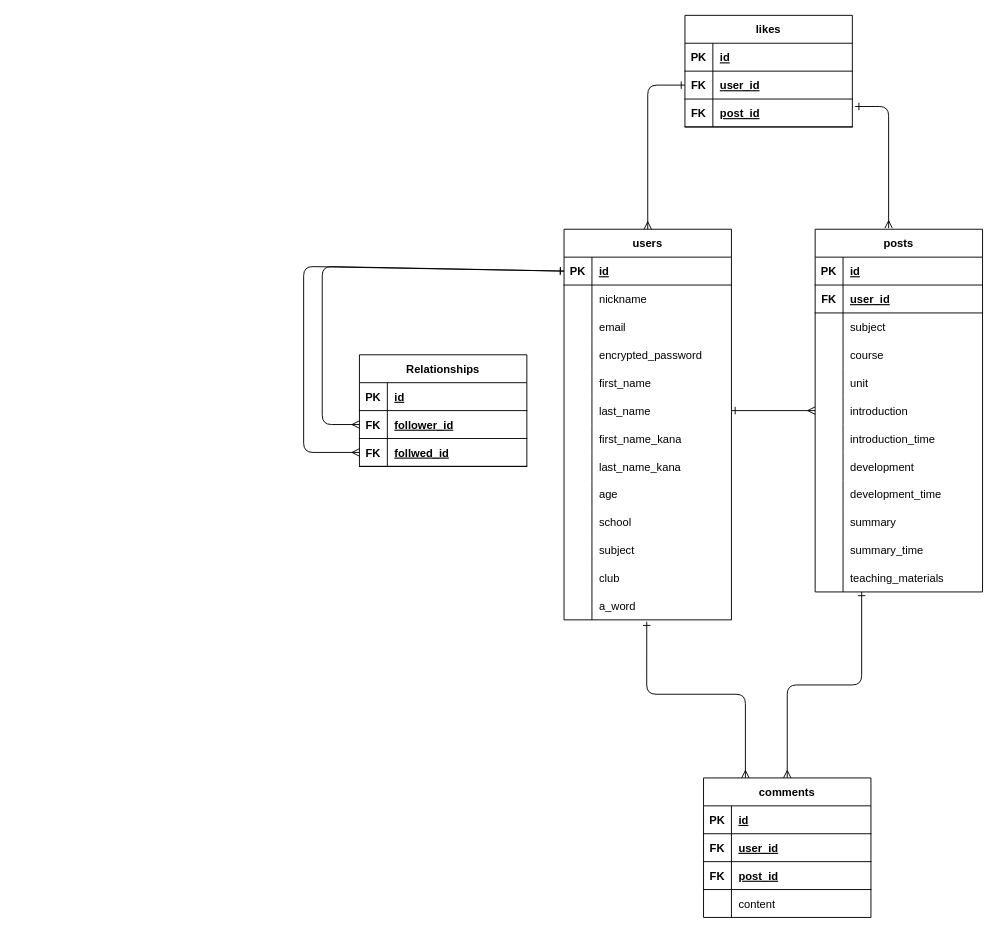
The draw.io diagram kyoyu.dio in honda-gentuki/kyoyu, before the edit. Source tidied: cells renumbered, new cells numbered last; positions are measured from the earlier drawing's top-left corner, leaving out a move shared by most shapes. Both pictures are drawn from the tidied source at 93%, with x=0, y=0 at pixel (303, 15).
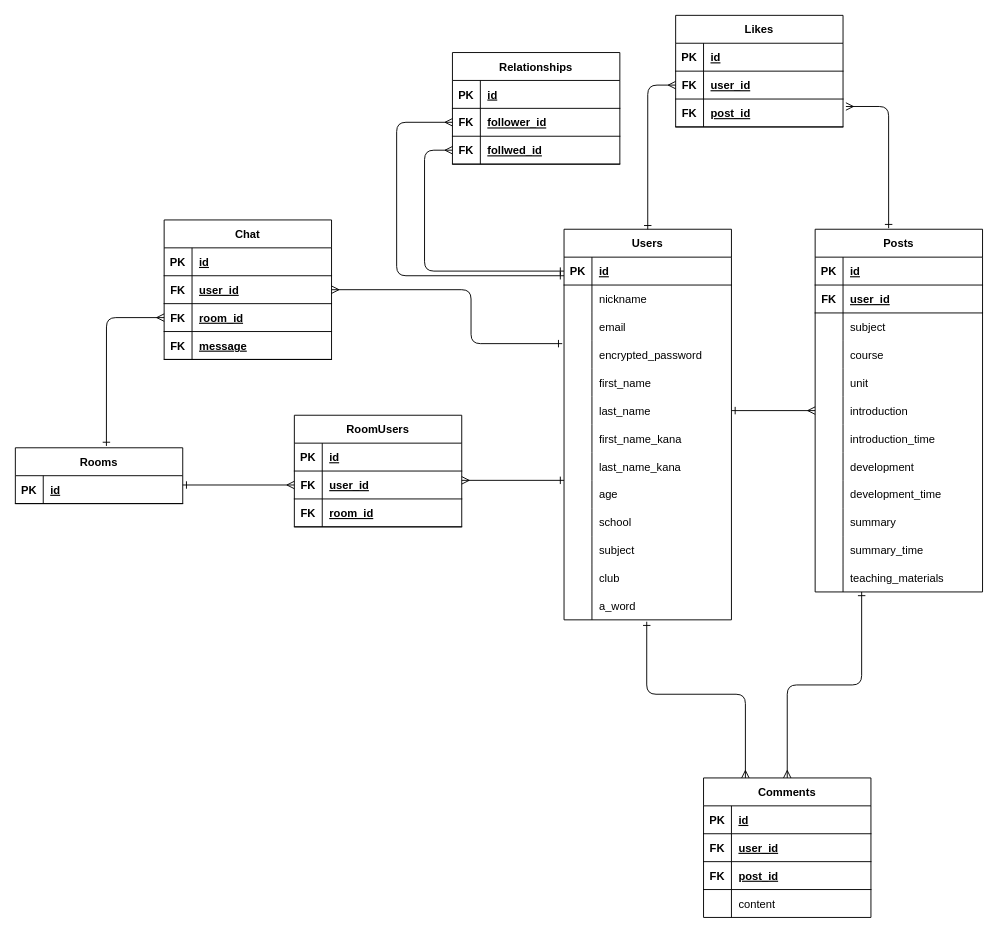
The same page after the edit.

Unchanged cells that the change refers to:
```xml
<mxCell id="3" style="shape=partialRectangle;fillColor=none;top=0;left=0;bottom=1;right=0;points=[[0,0.5],[1,0.5]];portConstraint=eastwest;" parent="2" vertex="1">
  <mxGeometry y="30" width="180" height="30" as="geometry" />
</mxCell>
<mxCell id="12" style="shape=partialRectangle;fillColor=none;top=0;left=0;bottom=0;right=0;points=[[0,0.5],[1,0.5]];portConstraint=eastwest;" parent="2" vertex="1">
  <mxGeometry y="120" width="180" height="30" as="geometry" />
</mxCell>
<mxCell id="27" style="shape=partialRectangle;fillColor=none;top=0;left=0;bottom=0;right=0;points=[[0,0.5],[1,0.5]];portConstraint=eastwest;" parent="2" vertex="1">
  <mxGeometry y="270" width="180" height="30" as="geometry" />
</mxCell>
<mxCell id="99" style="shape=partialRectangle;fillColor=none;top=0;left=0;bottom=1;right=0;points=[[0,0.5],[1,0.5]];portConstraint=eastwest;" parent="95" vertex="1">
  <mxGeometry y="60" width="180" height="30" as="geometry" />
</mxCell>
<mxCell id="102" style="shape=partialRectangle;fillColor=none;top=0;left=0;bottom=1;right=0;points=[[0,0.5],[1,0.5]];portConstraint=eastwest;" parent="95" vertex="1">
  <mxGeometry y="90" width="180" height="30" as="geometry" />
</mxCell>
<mxCell id="111" style="shape=partialRectangle;fillColor=none;top=0;left=0;bottom=1;right=0;points=[[0,0.5],[1,0.5]];portConstraint=eastwest;" parent="107" vertex="1">
  <mxGeometry y="60" width="180" height="30" as="geometry" />
</mxCell>
<mxCell id="114" style="shape=partialRectangle;fillColor=none;top=0;left=0;bottom=1;right=0;points=[[0,0.5],[1,0.5]];portConstraint=eastwest;" parent="107" vertex="1">
  <mxGeometry y="90" width="180" height="30" as="geometry" />
</mxCell>
```

Diff of the diagram source:
```diff
@@
-    <mxCell id="2" value="users" style="shape=table;startSize=30;childLayout=tableLayout;rowLines=0;fontStyle=1;align=center;" parent="1" vertex="1">
+    <mxCell id="2" value="Users" style="shape=table;startSize=30;childLayout=tableLayout;rowLines=0;fontStyle=1;align=center;" parent="1" vertex="1">
       <mxGeometry x="280" y="230" width="180" height="420" as="geometry" />
     </mxCell>
@@
-    <mxCell id="42" value="posts" style="shape=table;startSize=30;childLayout=tableLayout;rowLines=0;fontStyle=1;align=center;" parent="1" vertex="1">
+    <mxCell id="42" value="Posts" style="shape=table;startSize=30;childLayout=tableLayout;rowLines=0;fontStyle=1;align=center;" parent="1" vertex="1">
       <mxGeometry x="550" y="230" width="180" height="390" as="geometry" />
     </mxCell>
@@
-    <mxCell id="79" value="comments" style="shape=table;startSize=30;childLayout=tableLayout;rowLines=0;fontStyle=1;align=center;" parent="1" vertex="1">
+    <mxCell id="79" value="Comments" style="shape=table;startSize=30;childLayout=tableLayout;rowLines=0;fontStyle=1;align=center;" parent="1" vertex="1">
       <mxGeometry x="430" y="820" width="180" height="150" as="geometry" />
     </mxCell>
@@
-    <mxCell id="95" value="likes" style="shape=table;startSize=30;childLayout=tableLayout;rowLines=0;fontStyle=1;align=center;" parent="1" vertex="1">
-      <mxGeometry x="410" width="180" height="120" as="geometry" />
+    <mxCell id="95" value="Likes" style="shape=table;startSize=30;childLayout=tableLayout;rowLines=0;fontStyle=1;align=center;" parent="1" vertex="1">
+      <mxGeometry x="400" width="180" height="120" as="geometry" />
     </mxCell>
@@
-    <mxCell id="105" style="fontSize=12;html=1;endArrow=ERmany;startArrow=ERone;startFill=0;entryX=0.439;entryY=-0.003;entryDx=0;entryDy=0;entryPerimeter=0;exitX=1.017;exitY=0.267;exitDx=0;exitDy=0;exitPerimeter=0;" parent="1" edge="1" source="102" target="42">
+    <mxCell id="105" style="fontSize=12;html=1;endArrow=ERone;startArrow=ERmany;startFill=0;entryX=0.439;entryY=-0.003;entryDx=0;entryDy=0;entryPerimeter=0;exitX=1.017;exitY=0.267;exitDx=0;exitDy=0;exitPerimeter=0;endFill=0;" parent="1" edge="1" source="102" target="42">
       <mxGeometry relative="1" as="geometry">
         <Array as="points">
           <mxPoint x="629" y="98" />
         </Array>
       </mxGeometry>
     </mxCell>
-    <mxCell id="106" style="fontSize=12;html=1;endArrow=ERmany;startArrow=ERone;startFill=0;entryX=0.5;entryY=0;entryDx=0;entryDy=0;exitX=0;exitY=0.5;exitDx=0;exitDy=0;" parent="1" edge="1" source="99" target="2">
+    <mxCell id="106" style="fontSize=12;html=1;endArrow=ERone;startArrow=ERmany;startFill=0;entryX=0.5;entryY=0;entryDx=0;entryDy=0;exitX=0;exitY=0.5;exitDx=0;exitDy=0;endFill=0;" parent="1" edge="1" source="99" target="2">
       <mxGeometry relative="1" as="geometry">
         <Array as="points">
           <mxPoint x="370" y="75" />
         </Array>
       </mxGeometry>
     </mxCell>
     <mxCell id="107" value="Relationships" style="shape=table;startSize=30;childLayout=tableLayout;rowLines=0;fontStyle=1;align=center;" parent="1" vertex="1">
-      <mxGeometry x="60" y="365" width="180" height="120" as="geometry" />
+      <mxGeometry x="160" y="40" width="180" height="120" as="geometry" />
     </mxCell>
@@
-    <mxCell id="117" style="fontSize=12;html=1;endArrow=ERmany;startArrow=ERone;startFill=0;exitX=0;exitY=0.5;exitDx=0;exitDy=0;entryX=0;entryY=0.5;entryDx=0;entryDy=0;" parent="1" edge="1" source="3" target="111">
-      <mxGeometry relative="1" as="geometry">
-        <Array as="points">
-          <mxPoint x="20" y="270" />
-          <mxPoint x="20" y="440" />
-        </Array>
-      </mxGeometry>
-    </mxCell>
+    <mxCell id="119" value="Rooms" style="shape=table;startSize=30;childLayout=tableLayout;rowLines=0;fontStyle=1;align=center;" parent="1" vertex="1">
+      <mxGeometry x="-310" y="465" width="180" height="60" as="geometry" />
+    </mxCell>
+    <mxCell id="120" style="shape=partialRectangle;fillColor=none;top=0;left=0;bottom=1;right=0;" parent="119" vertex="1">
+      <mxGeometry y="30" width="180" height="30" as="geometry" />
+    </mxCell>
+    <mxCell id="121" value="PK" style="shape=partialRectangle;fillColor=none;top=0;left=0;bottom=0;right=0;fontStyle=1;overflow=hidden;" parent="120" vertex="1">
+      <mxGeometry width="30" height="30" as="geometry" />
+    </mxCell>
+    <mxCell id="122" value="id" style="shape=partialRectangle;fillColor=none;top=0;left=0;bottom=0;right=0;align=left;spacingLeft=6;fontStyle=5;overflow=hidden;" parent="120" vertex="1">
+      <mxGeometry x="30" width="150" height="30" as="geometry" />
+    </mxCell>
+    <mxCell id="123" value="RoomUsers" style="shape=table;startSize=30;childLayout=tableLayout;rowLines=0;fontStyle=1;align=center;" parent="1" vertex="1">
+      <mxGeometry x="-10" y="430" width="180" height="120" as="geometry" />
+    </mxCell>
+    <mxCell id="124" style="shape=partialRectangle;fillColor=none;top=0;left=0;bottom=1;right=0;" parent="123" vertex="1">
+      <mxGeometry y="30" width="180" height="30" as="geometry" />
+    </mxCell>
+    <mxCell id="125" value="PK" style="shape=partialRectangle;fillColor=none;top=0;left=0;bottom=0;right=0;fontStyle=1;overflow=hidden;" parent="124" vertex="1">
+      <mxGeometry width="30" height="30" as="geometry" />
+    </mxCell>
+    <mxCell id="126" value="id" style="shape=partialRectangle;fillColor=none;top=0;left=0;bottom=0;right=0;align=left;spacingLeft=6;fontStyle=5;overflow=hidden;" parent="124" vertex="1">
+      <mxGeometry x="30" width="150" height="30" as="geometry" />
+    </mxCell>
+    <mxCell id="127" style="shape=partialRectangle;fillColor=none;top=0;left=0;bottom=1;right=0;points=[[0,0.5],[1,0.5]];portConstraint=eastwest;" parent="123" vertex="1">
+      <mxGeometry y="60" width="180" height="30" as="geometry" />
+    </mxCell>
+    <mxCell id="128" value="FK" style="shape=partialRectangle;fillColor=none;top=0;left=0;bottom=0;right=0;fontStyle=1;overflow=hidden;" parent="127" vertex="1">
+      <mxGeometry width="30" height="30" as="geometry" />
+    </mxCell>
+    <mxCell id="129" value="user_id" style="shape=partialRectangle;fillColor=none;top=0;left=0;bottom=0;right=0;align=left;spacingLeft=6;fontStyle=5;overflow=hidden;" parent="127" vertex="1">
+      <mxGeometry x="30" width="150" height="30" as="geometry" />
+    </mxCell>
+    <mxCell id="130" style="shape=partialRectangle;fillColor=none;top=0;left=0;bottom=1;right=0;" parent="123" vertex="1">
+      <mxGeometry y="90" width="180" height="30" as="geometry" />
+    </mxCell>
+    <mxCell id="131" value="FK" style="shape=partialRectangle;fillColor=none;top=0;left=0;bottom=0;right=0;fontStyle=1;overflow=hidden;" parent="130" vertex="1">
+      <mxGeometry width="30" height="30" as="geometry" />
+    </mxCell>
+    <mxCell id="132" value="room_id" style="shape=partialRectangle;fillColor=none;top=0;left=0;bottom=0;right=0;align=left;spacingLeft=6;fontStyle=5;overflow=hidden;" parent="130" vertex="1">
+      <mxGeometry x="30" width="150" height="30" as="geometry" />
+    </mxCell>
+    <mxCell id="133" value="Chat" style="shape=table;startSize=30;childLayout=tableLayout;rowLines=0;fontStyle=1;align=center;" parent="1" vertex="1">
+      <mxGeometry x="-150" y="220" width="180" height="150" as="geometry" />
+    </mxCell>
+    <mxCell id="134" style="shape=partialRectangle;fillColor=none;top=0;left=0;bottom=1;right=0;" parent="133" vertex="1">
+      <mxGeometry y="30" width="180" height="30" as="geometry" />
+    </mxCell>
+    <mxCell id="135" value="PK" style="shape=partialRectangle;fillColor=none;top=0;left=0;bottom=0;right=0;fontStyle=1;overflow=hidden;" parent="134" vertex="1">
+      <mxGeometry width="30" height="30" as="geometry" />
+    </mxCell>
+    <mxCell id="136" value="id" style="shape=partialRectangle;fillColor=none;top=0;left=0;bottom=0;right=0;align=left;spacingLeft=6;fontStyle=5;overflow=hidden;" parent="134" vertex="1">
+      <mxGeometry x="30" width="150" height="30" as="geometry" />
+    </mxCell>
+    <mxCell id="137" style="shape=partialRectangle;fillColor=none;top=0;left=0;bottom=1;right=0;points=[[0,0.5],[1,0.5]];portConstraint=eastwest;" parent="133" vertex="1">
+      <mxGeometry y="60" width="180" height="30" as="geometry" />
+    </mxCell>
+    <mxCell id="138" value="FK" style="shape=partialRectangle;fillColor=none;top=0;left=0;bottom=0;right=0;fontStyle=1;overflow=hidden;" parent="137" vertex="1">
+      <mxGeometry width="30" height="30" as="geometry" />
+    </mxCell>
+    <mxCell id="139" value="user_id" style="shape=partialRectangle;fillColor=none;top=0;left=0;bottom=0;right=0;align=left;spacingLeft=6;fontStyle=5;overflow=hidden;" parent="137" vertex="1">
+      <mxGeometry x="30" width="150" height="30" as="geometry" />
+    </mxCell>
+    <mxCell id="140" style="shape=partialRectangle;fillColor=none;top=0;left=0;bottom=1;right=0;points=[[0,0.5],[1,0.5]];portConstraint=eastwest;" parent="133" vertex="1">
+      <mxGeometry y="90" width="180" height="30" as="geometry" />
+    </mxCell>
+    <mxCell id="141" value="FK" style="shape=partialRectangle;fillColor=none;top=0;left=0;bottom=0;right=0;fontStyle=1;overflow=hidden;" parent="140" vertex="1">
+      <mxGeometry width="30" height="30" as="geometry" />
+    </mxCell>
+    <mxCell id="142" value="room_id" style="shape=partialRectangle;fillColor=none;top=0;left=0;bottom=0;right=0;align=left;spacingLeft=6;fontStyle=5;overflow=hidden;" parent="140" vertex="1">
+      <mxGeometry x="30" width="150" height="30" as="geometry" />
+    </mxCell>
+    <mxCell id="143" style="shape=partialRectangle;fillColor=none;top=0;left=0;bottom=1;right=0;" parent="133" vertex="1">
+      <mxGeometry y="120" width="180" height="30" as="geometry" />
+    </mxCell>
+    <mxCell id="144" value="FK" style="shape=partialRectangle;fillColor=none;top=0;left=0;bottom=0;right=0;fontStyle=1;overflow=hidden;" parent="143" vertex="1">
+      <mxGeometry width="30" height="30" as="geometry" />
+    </mxCell>
+    <mxCell id="145" value="message" style="shape=partialRectangle;fillColor=none;top=0;left=0;bottom=0;right=0;align=left;spacingLeft=6;fontStyle=5;overflow=hidden;" parent="143" vertex="1">
+      <mxGeometry x="30" width="150" height="30" as="geometry" />
+    </mxCell>
-    <mxCell id="118" style="fontSize=12;html=1;endArrow=ERmany;startArrow=ERone;startFill=0;entryX=0;entryY=0.5;entryDx=0;entryDy=0;exitX=0;exitY=0.5;exitDx=0;exitDy=0;" parent="1" edge="1" source="3" target="114">
+    <mxCell id="118" style="fontSize=12;html=1;endArrow=ERmany;startArrow=ERone;startFill=0;exitX=0;exitY=0.5;exitDx=0;exitDy=0;entryX=0;entryY=0.5;entryDx=0;entryDy=0;" parent="1" edge="1" source="3" target="114">
       <mxGeometry relative="1" as="geometry">
         <Array as="points">
-          <mxPoint y="270" />
-          <mxPoint y="470" />
+          <mxPoint x="130" y="275" />
+          <mxPoint x="130" y="145" />
         </Array>
       </mxGeometry>
     </mxCell>
+    <mxCell id="146" style="fontSize=12;html=1;endArrow=ERmany;startArrow=ERone;startFill=0;exitX=0;exitY=0.5;exitDx=0;exitDy=0;entryX=0;entryY=0.5;entryDx=0;entryDy=0;" parent="1" edge="1" target="111">
+      <mxGeometry relative="1" as="geometry">
+        <mxPoint x="280" y="280" as="sourcePoint" />
+        <Array as="points">
+          <mxPoint x="100" y="280" />
+          <mxPoint x="100" y="115" />
+        </Array>
+      </mxGeometry>
+    </mxCell>
+    <mxCell id="147" style="fontSize=12;html=1;endArrow=ERmany;startArrow=ERone;startFill=0;exitX=1;exitY=0.5;exitDx=0;exitDy=0;entryX=0;entryY=0.5;entryDx=0;entryDy=0;" parent="1" edge="1" target="127">
+      <mxGeometry relative="1" as="geometry">
+        <mxPoint x="-130" y="505" as="sourcePoint" />
+      </mxGeometry>
+    </mxCell>
+    <mxCell id="148" style="fontSize=12;html=1;endArrow=ERone;startArrow=ERmany;startFill=0;exitX=1;exitY=0.5;exitDx=0;exitDy=0;entryX=0;entryY=0;entryDx=0;entryDy=0;entryPerimeter=0;endFill=0;" parent="1" edge="1" target="27">
+      <mxGeometry relative="1" as="geometry">
+        <mxPoint x="170" y="500" as="sourcePoint" />
+      </mxGeometry>
+    </mxCell>
+    <mxCell id="149" style="fontSize=12;html=1;endArrow=ERmany;startArrow=ERone;startFill=0;exitX=0.544;exitY=-0.033;exitDx=0;exitDy=0;entryX=0;entryY=0.5;entryDx=0;entryDy=0;exitPerimeter=0;" parent="1" edge="1" source="119" target="140">
+      <mxGeometry relative="1" as="geometry">
+        <Array as="points">
+          <mxPoint x="-212" y="325" />
+        </Array>
+      </mxGeometry>
+    </mxCell>
+    <mxCell id="150" style="fontSize=12;html=1;endArrow=ERmany;startArrow=ERone;startFill=0;exitX=-0.011;exitY=0.1;exitDx=0;exitDy=0;exitPerimeter=0;entryX=1;entryY=0.5;entryDx=0;entryDy=0;" parent="1" edge="1" source="12" target="137">
+      <mxGeometry relative="1" as="geometry">
+        <Array as="points">
+          <mxPoint x="180" y="353" />
+          <mxPoint x="180" y="295" />
+        </Array>
+      </mxGeometry>
+    </mxCell>
```
